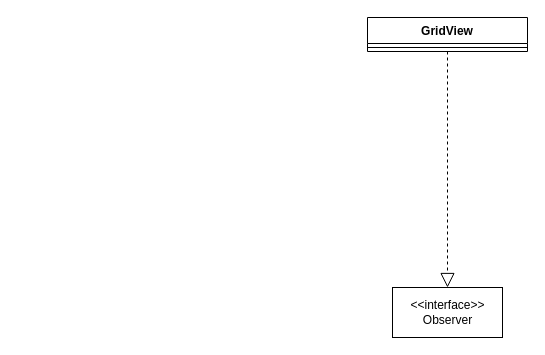
The draw.io diagram specification/view.drawio in mgmu/minesweeper, before the edit. Source tidied: cells renumbered, new cells numbered last; positions are measured from the earlier drawing's top-left corner, leaving out a move shared by most shapes. Both pictures are drawn from the tidied source at 100%, with x=0, y=0 at pixel (367, 17).
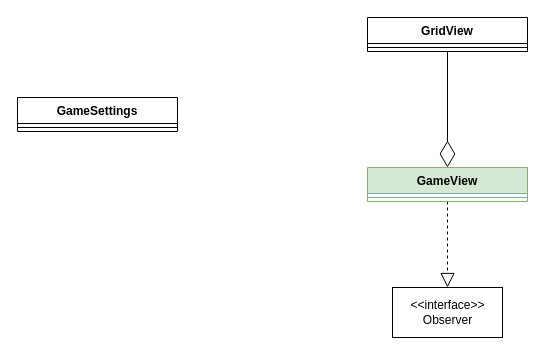
The same diagram, later.

What changed in the source:
```diff
@@
 <mxGraphModel>
   <root>
     <mxCell id="0" />
     <mxCell id="1" parent="0" />
     <mxCell id="2" value="GridView" style="swimlane;fontStyle=1;align=center;verticalAlign=top;horizontal=1;startSize=26;" parent="1" vertex="1">
       <mxGeometry width="160" height="34" as="geometry" />
     </mxCell>
     <mxCell id="3" style="line;strokeWidth=1;fillColor=none;align=left;verticalAlign=middle;spacingTop=-1;spacingLeft=3;spacingRight=3;labelPosition=right;strokeColor=inherit;" parent="2" vertex="1">
       <mxGeometry y="26" width="160" height="8" as="geometry" />
     </mxCell>
     <mxCell id="4" value="&amp;lt;&amp;lt;interface&amp;gt;&amp;gt;&lt;br&gt;Observer" style="html=1;" parent="1" vertex="1">
       <mxGeometry x="25" y="270" width="110" height="50" as="geometry" />
     </mxCell>
-    <mxCell id="5" style="endArrow=block;dashed=1;endFill=0;endSize=12;html=1;rounded=0;" parent="1" edge="1" source="2" target="4">
+    <mxCell id="5" style="endArrow=block;dashed=1;endFill=0;endSize=12;html=1;rounded=0;" parent="1" edge="1" source="8" target="4">
       <mxGeometry relative="1" as="geometry" />
     </mxCell>
+    <mxCell id="6" value="GameSettings" style="swimlane;fontStyle=1;align=center;verticalAlign=top;horizontal=1;startSize=26;" parent="1" vertex="1">
+      <mxGeometry x="-350" y="80" width="160" height="34" as="geometry" />
+    </mxCell>
+    <mxCell id="7" style="line;strokeWidth=1;fillColor=none;align=left;verticalAlign=middle;spacingTop=-1;spacingLeft=3;spacingRight=3;labelPosition=right;strokeColor=inherit;" parent="6" vertex="1">
+      <mxGeometry y="26" width="160" height="8" as="geometry" />
+    </mxCell>
+    <mxCell id="8" value="GameView" style="swimlane;fontStyle=1;align=center;verticalAlign=top;horizontal=1;startSize=26;fillColor=#d5e8d4;strokeColor=#82b366;" parent="1" vertex="1">
+      <mxGeometry y="150" width="160" height="34" as="geometry" />
+    </mxCell>
+    <mxCell id="9" style="line;strokeWidth=1;fillColor=none;align=left;verticalAlign=middle;spacingTop=-1;spacingLeft=3;spacingRight=3;labelPosition=right;strokeColor=inherit;" parent="8" vertex="1">
+      <mxGeometry y="26" width="160" height="8" as="geometry" />
+    </mxCell>
+    <mxCell id="10" style="endArrow=diamondThin;endFill=0;endSize=24;html=1;rounded=0;" parent="1" edge="1" source="2" target="8">
+      <mxGeometry relative="1" as="geometry" />
+    </mxCell>
   </root>
 </mxGraphModel>
```
